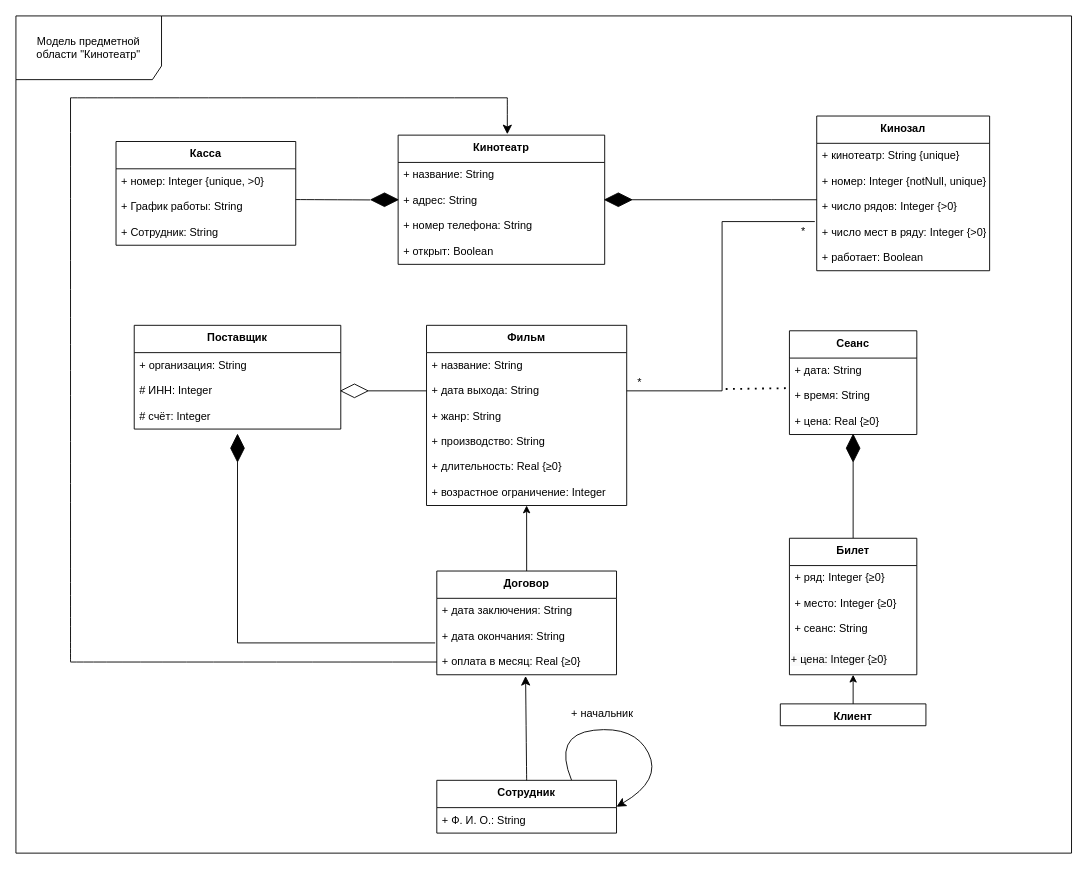
The draw.io diagram page "МПО Кинотеатр" (2 of 3) of Диаграмма коммуникаций.drawio in ANDaniell/-design-practice, before the edit. Source tidied: cells renumbered, new cells numbered last; positions are measured from the earlier drawing's top-left corner, leaving out a move shared by most shapes. Both pictures are drawn from the tidied source at 91%, with x=0, y=0 at pixel (15, 15).
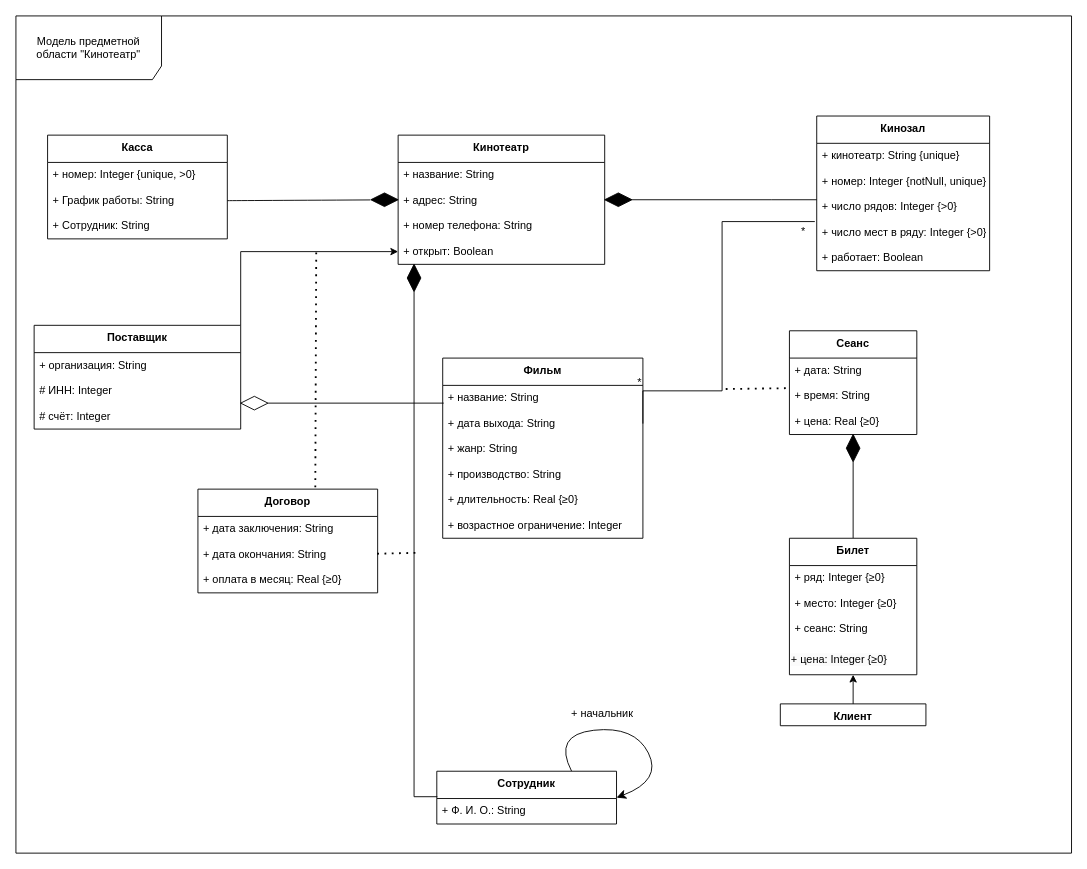
The same page after the edit.

Unchanged cells that the change refers to:
```xml
<mxCell id="6" value="+ открыт: Boolean" style="text;strokeColor=none;fillColor=none;align=left;verticalAlign=top;spacingLeft=4;spacingRight=4;overflow=hidden;points=[[0,0.5],[1,0.5]];portConstraint=eastwest;" parent="2" vertex="1">
  <mxGeometry y="114" width="227" height="28" as="geometry" />
</mxCell>
<mxCell id="14" value="+ название: String" style="text;strokeColor=none;fillColor=none;align=left;verticalAlign=top;spacingLeft=4;spacingRight=4;overflow=hidden;points=[[0,0.5],[1,0.5]];portConstraint=eastwest;" parent="13" vertex="1">
  <mxGeometry y="30" width="220" height="28" as="geometry" />
</mxCell>
<mxCell id="15" value="+ дата выхода: String" style="text;strokeColor=none;fillColor=none;align=left;verticalAlign=top;spacingLeft=4;spacingRight=4;overflow=hidden;points=[[0,0.5],[1,0.5]];portConstraint=eastwest;" parent="13" vertex="1">
  <mxGeometry y="58" width="220" height="28" as="geometry" />
</mxCell>
<mxCell id="33" value="+ Ф. И. О.: String" style="text;strokeColor=none;fillColor=none;align=left;verticalAlign=top;spacingLeft=4;spacingRight=4;overflow=hidden;points=[[0,0.5],[1,0.5]];portConstraint=eastwest;" parent="32" vertex="1">
  <mxGeometry y="30" width="197.5" height="28" as="geometry" />
</mxCell>
<mxCell id="36" value="+ дата окончания: String" style="text;strokeColor=none;fillColor=none;align=left;verticalAlign=top;spacingLeft=4;spacingRight=4;overflow=hidden;points=[[0,0.5],[1,0.5]];portConstraint=eastwest;" parent="34" vertex="1">
  <mxGeometry y="58" width="197.5" height="28" as="geometry" />
</mxCell>
<mxCell id="37" value="+ оплата в месяц: Real {≥0}" style="text;strokeColor=none;fillColor=none;align=left;verticalAlign=top;spacingLeft=4;spacingRight=4;overflow=hidden;points=[[0,0.5],[1,0.5]];portConstraint=eastwest;" parent="34" vertex="1">
  <mxGeometry y="86" width="197.5" height="28" as="geometry" />
</mxCell>
<mxCell id="55" value="+ График работы: String" style="text;strokeColor=none;fillColor=none;align=left;verticalAlign=top;spacingLeft=4;spacingRight=4;overflow=hidden;points=[[0,0.5],[1,0.5]];portConstraint=eastwest;" parent="53" vertex="1">
  <mxGeometry y="58" width="197.5" height="28" as="geometry" />
</mxCell>
```

Change to the diagram source:
```diff
@@
     <mxCell id="13" value="Фильм" style="swimlane;fontStyle=1;align=center;verticalAlign=top;horizontal=1;startSize=30;" parent="1" vertex="1">
-      <mxGeometry x="451.2" y="340" width="220" height="198" as="geometry" />
+      <mxGeometry x="469" y="376" width="220" height="198" as="geometry" />
     </mxCell>
@@
     <mxCell id="32" value="Сотрудник" style="swimlane;fontStyle=1;align=center;verticalAlign=top;horizontal=1;startSize=30;" parent="1" vertex="1">
-      <mxGeometry x="462.5" y="840" width="197.5" height="58" as="geometry" />
+      <mxGeometry x="462.5" y="830" width="197.5" height="58" as="geometry" />
     </mxCell>
@@
     <mxCell id="34" value="Договор" style="swimlane;fontStyle=1;align=center;verticalAlign=top;horizontal=1;startSize=30;" parent="1" vertex="1">
-      <mxGeometry x="462.5" y="610" width="197.5" height="114" as="geometry" />
+      <mxGeometry x="200" y="520" width="197.5" height="114" as="geometry" />
     </mxCell>
@@
+    <mxCell id="68" style="edgeStyle=orthogonalEdgeStyle;rounded=0;jettySize=auto;html=1;exitX=1;exitY=0;exitDx=0;exitDy=0;entryX=0;entryY=0.5;entryDx=0;entryDy=0;" parent="1" edge="1" source="38" target="6">
+      <mxGeometry relative="1" as="geometry" />
+    </mxCell>
     <mxCell id="38" value="Поставщик" style="swimlane;fontStyle=1;align=center;verticalAlign=top;horizontal=1;startSize=30;" parent="1" vertex="1">
-      <mxGeometry x="130" y="340" width="227" height="114" as="geometry" />
+      <mxGeometry x="20" y="340" width="227" height="114" as="geometry" />
     </mxCell>
@@
-    <mxCell id="43" style="endArrow=classic;html=1;rounded=0;entryX=0.5;entryY=1;entryDx=0;entryDy=0;exitX=0.5;exitY=0;exitDx=0;exitDy=0;" parent="1" edge="1" source="34" target="13">
-      <mxGeometry relative="1" as="geometry" />
-    </mxCell>
-    <mxCell id="44" style="edgeStyle=orthogonalEdgeStyle;rounded=0;jettySize=auto;html=1;exitX=1;exitY=0.5;exitDx=0;exitDy=0;entryX=0;entryY=0.5;entryDx=0;entryDy=0;endArrow=none;endFill=0;" parent="1" edge="1" source="45" target="15">
-      <mxGeometry relative="1" as="geometry" />
-    </mxCell>
-    <mxCell id="45" style="rhombus;whiteSpace=wrap;html=1;gradientColor=none;fillStyle=auto;fillColor=#FFFFFF;" parent="1" vertex="1">
-      <mxGeometry x="357" y="404.5" width="30" height="15" as="geometry" />
-    </mxCell>
@@
-    <mxCell id="47" style="edgeStyle=orthogonalEdgeStyle;rounded=0;jettySize=auto;html=1;exitX=1;exitY=0.5;exitDx=0;exitDy=0;entryX=-0.009;entryY=0.75;entryDx=0;entryDy=0;endArrow=none;endFill=0;entryPerimeter=0;" parent="1" edge="1" source="48" target="36">
+    <mxCell id="47" style="edgeStyle=orthogonalEdgeStyle;rounded=0;jettySize=auto;html=1;exitX=1;exitY=0.5;exitDx=0;exitDy=0;entryX=0.003;entryY=-0.071;entryDx=0;entryDy=0;endArrow=none;endFill=0;entryPerimeter=0;" parent="1" edge="1" source="48" target="33">
       <mxGeometry relative="1" as="geometry" />
     </mxCell>
     <mxCell id="48" style="rhombus;whiteSpace=wrap;html=1;gradientColor=none;fillStyle=auto;fillColor=#000000;direction=south;" parent="1" vertex="1">
-      <mxGeometry x="236" y="460" width="15" height="30" as="geometry" />
+      <mxGeometry x="430" y="273" width="15" height="30" as="geometry" />
     </mxCell>
@@
-    <mxCell id="51" style="edgeStyle=none;curved=1;rounded=0;jettySize=auto;html=1;exitX=0.5;exitY=0;exitDx=0;exitDy=0;entryX=0.494;entryY=1.048;entryDx=0;entryDy=0;entryPerimeter=0;fontSize=12;startSize=8;endSize=8;" parent="1" edge="1" source="32" target="37">
-      <mxGeometry relative="1" as="geometry" />
-    </mxCell>
@@
     <mxCell id="53" value="Касса" style="swimlane;fontStyle=1;align=center;verticalAlign=top;horizontal=1;startSize=30;" parent="1" vertex="1">
-      <mxGeometry x="110" y="138" width="197.5" height="114" as="geometry" />
+      <mxGeometry x="34.8" y="131" width="197.5" height="114" as="geometry" />
     </mxCell>
@@
-    <mxCell id="58" style="endArrow=none;html=1;rounded=0;fontSize=12;startSize=8;endSize=8;curved=1;exitX=1.003;exitY=0.202;exitDx=0;exitDy=0;exitPerimeter=0;entryX=0;entryY=0.5;entryDx=0;entryDy=0;" parent="1" edge="1">
+    <mxCell id="58" style="endArrow=none;html=1;rounded=0;fontSize=12;startSize=8;endSize=8;curved=1;exitX=1;exitY=0.5;exitDx=0;exitDy=0;entryX=0;entryY=0.5;entryDx=0;entryDy=0;" parent="1" edge="1" source="55">
       <mxGeometry relative="1" as="geometry">
-        <mxPoint x="307.5" y="201.8" as="sourcePoint" />
         <mxPoint x="389.4" y="202.2" as="targetPoint" />
       </mxGeometry>
     </mxCell>
-    <mxCell id="59" style="endArrow=none;html=1;rounded=0;fontSize=12;startSize=8;endSize=8;curved=1;entryX=0;entryY=0.5;entryDx=0;entryDy=0;" parent="1" edge="1" target="37">
-      <mxGeometry relative="1" as="geometry">
-        <mxPoint x="60" y="710" as="sourcePoint" />
-      </mxGeometry>
-    </mxCell>
-    <mxCell id="60" style="endArrow=none;html=1;rounded=0;fontSize=12;startSize=8;endSize=8;curved=1;" parent="1" edge="1">
-      <mxGeometry relative="1" as="geometry">
-        <mxPoint x="60" y="710" as="sourcePoint" />
-        <mxPoint x="60" y="90" as="targetPoint" />
-      </mxGeometry>
-    </mxCell>
-    <mxCell id="61" style="endArrow=none;html=1;rounded=0;fontSize=12;startSize=8;endSize=8;curved=1;" parent="1" edge="1">
-      <mxGeometry relative="1" as="geometry">
-        <mxPoint x="60" y="90" as="sourcePoint" />
-        <mxPoint x="540" y="90" as="targetPoint" />
-      </mxGeometry>
-    </mxCell>
-    <mxCell id="62" style="endArrow=classic;html=1;rounded=0;fontSize=12;startSize=8;endSize=8;curved=1;" parent="1" edge="1">
-      <mxGeometry relative="1" as="geometry">
-        <mxPoint x="540" y="90" as="sourcePoint" />
-        <mxPoint x="540" y="130" as="targetPoint" />
-      </mxGeometry>
-    </mxCell>
@@
+    <mxCell id="69" style="endArrow=none;dashed=1;html=1;dashPattern=1 3;strokeWidth=2;rounded=0;entryX=0.653;entryY=0.026;entryDx=0;entryDy=0;entryPerimeter=0;" parent="1" edge="1" target="34">
+      <mxGeometry relative="1" as="geometry">
+        <mxPoint x="330" y="260" as="sourcePoint" />
+      </mxGeometry>
+    </mxCell>
+    <mxCell id="70" style="endArrow=none;dashed=1;html=1;dashPattern=1 3;strokeWidth=2;rounded=0;" parent="1" edge="1">
+      <mxGeometry relative="1" as="geometry">
+        <mxPoint x="397" y="591" as="sourcePoint" />
+        <mxPoint x="440" y="590" as="targetPoint" />
+      </mxGeometry>
+    </mxCell>
+    <mxCell id="71" style="rhombus;whiteSpace=wrap;html=1;gradientColor=none;fillStyle=auto;fillColor=none;" parent="1" vertex="1">
+      <mxGeometry x="247" y="418" width="30" height="15" as="geometry" />
+    </mxCell>
+    <mxCell id="72" style="endArrow=none;html=1;rounded=0;exitX=1;exitY=0.5;exitDx=0;exitDy=0;entryX=0.005;entryY=0.696;entryDx=0;entryDy=0;entryPerimeter=0;" parent="1" edge="1" source="71" target="14">
+      <mxGeometry relative="1" as="geometry" />
+    </mxCell>
```
